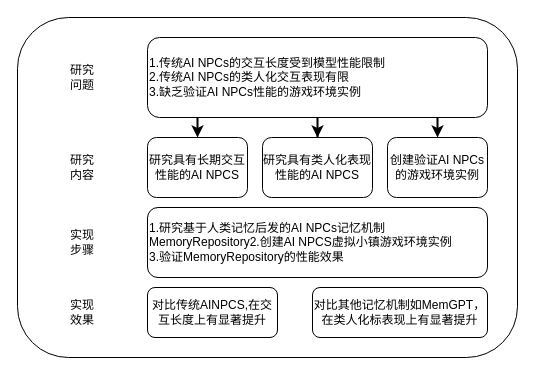
The draw.io diagram .drawio in Formyselfonly/drawioFlowchart, before the edit. Source tidied: cells renumbered, new cells numbered last; positions are measured from the earlier drawing's top-left corner, leaving out a move shared by most shapes. Both pictures are drawn from the tidied source at 100%, with x=0, y=0 at pixel (17, 17).
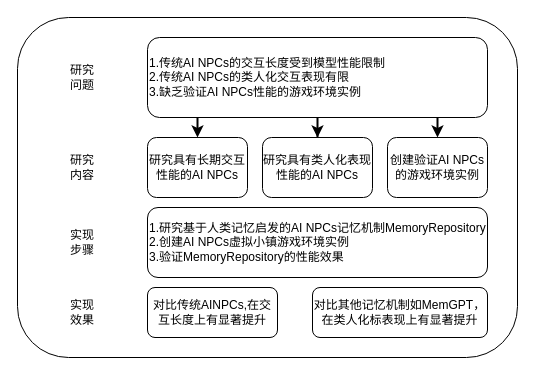
Above is the later version.

What changed in the source:
```diff
@@
-    <mxCell id="11" value="研究具有长期交互性能的AI NPCS" style="rounded=1;whiteSpace=wrap;html=1;" parent="1" vertex="1">
+    <mxCell id="11" value="研究具有长期交互性能的AI NPCs" style="rounded=1;whiteSpace=wrap;html=1;" parent="1" vertex="1">
       <mxGeometry x="130" y="120" width="100" height="60" as="geometry" />
     </mxCell>
-    <mxCell id="12" value="研究具有类人化表现性能的AI NPCS" style="rounded=1;whiteSpace=wrap;html=1;" parent="1" vertex="1">
+    <mxCell id="12" value="研究具有类人化表现性能的AI NPCs" style="rounded=1;whiteSpace=wrap;html=1;" parent="1" vertex="1">
       <mxGeometry x="245" y="120" width="110" height="60" as="geometry" />
     </mxCell>
@@
-    <mxCell id="14" value="1.研究基于人类记忆后发的AI NPCs记忆机制MemoryRepository2.创建AI NPCS虚拟小镇游戏环境实例&lt;div&gt;3.验证MemoryRepository的性能效果&lt;/div&gt;" style="rounded=1;whiteSpace=wrap;html=1;align=left;" parent="1" vertex="1">
+    <mxCell id="14" value="1.研究基于人类记忆启发的AI NPCs记忆机制MemoryRepository&lt;div&gt;2.创建AI NPCs虚拟小镇游戏环境实例&lt;div&gt;3.验证MemoryRepository的性能效果&lt;/div&gt;&lt;/div&gt;" style="rounded=1;whiteSpace=wrap;html=1;align=left;" parent="1" vertex="1">
       <mxGeometry x="130" y="190" width="340" height="70" as="geometry" />
     </mxCell>
-    <mxCell id="15" value="对比传统AINPCS,在交互长度上有显著提升" style="rounded=1;whiteSpace=wrap;html=1;" parent="1" vertex="1">
+    <mxCell id="15" value="对比传统AINPCs,在交互长度上有显著提升" style="rounded=1;whiteSpace=wrap;html=1;" parent="1" vertex="1">
       <mxGeometry x="130" y="270" width="130" height="50" as="geometry" />
     </mxCell>
```
